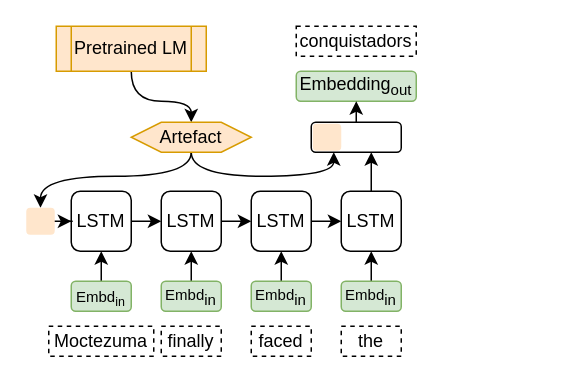
The draw.io diagram meta/model_moctezuma.drawio in zouharvi/sentence-embd-fusion, before the edit. Source tidied: cells renumbered, new cells numbered last; positions are measured from the earlier drawing's top-left corner, leaving out a move shared by most shapes. Both pictures are drawn from the tidied source at 150%, with x=0, y=0 at pixel (26, 26).
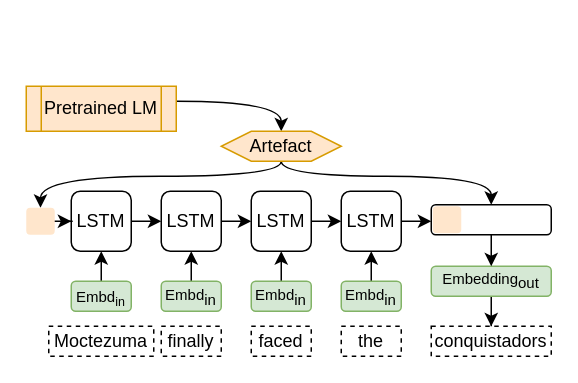
After the change.

Commit message (it also covers changes not shown here):
update figures to new, wider format

Unchanged cells that the change refers to:
```xml
<mxCell id="9" value="&lt;span&gt;LSTM&lt;/span&gt;" style="rounded=1;whiteSpace=wrap;html=1;" parent="1" vertex="1">
  <mxGeometry x="210" y="110" width="40" height="40" as="geometry" />
</mxCell>
<mxCell id="31" style="rounded=1;whiteSpace=wrap;html=1;fillColor=#ffe6cc;strokeColor=none;glass=0;shadow=0;sketch=0;" parent="1" vertex="1">
  <mxGeometry y="121" width="19" height="18" as="geometry" />
</mxCell>
```

Diff of the diagram source:
```diff
@@
-    <mxCell id="8" style="edgeStyle=orthogonalEdgeStyle;curved=1;rounded=0;jettySize=auto;html=1;entryX=0.667;entryY=1;entryDx=0;entryDy=0;entryPerimeter=0;" parent="1" edge="1" source="9" target="33">
-      <mxGeometry relative="1" as="geometry" />
+    <mxCell id="8" style="edgeStyle=orthogonalEdgeStyle;curved=1;rounded=0;jettySize=auto;html=1;" parent="1" edge="1" source="9" target="33">
+      <mxGeometry relative="1" as="geometry">
+        <Array as="points">
+          <mxPoint x="260" y="130" />
+          <mxPoint x="260" y="130" />
+        </Array>
+      </mxGeometry>
     </mxCell>
@@
     <mxCell id="14" style="edgeStyle=orthogonalEdgeStyle;rounded=0;jettySize=auto;html=1;curved=1;" parent="1" edge="1" source="15" target="18">
-      <mxGeometry relative="1" as="geometry" />
+      <mxGeometry relative="1" as="geometry">
+        <Array as="points">
+          <mxPoint x="170" y="50" />
+        </Array>
+      </mxGeometry>
     </mxCell>
     <mxCell id="15" value="Pretrained LM" style="shape=process;whiteSpace=wrap;html=1;backgroundOutline=1;fillColor=#ffe6cc;strokeColor=#d79b00;" parent="1" vertex="1">
-      <mxGeometry x="20" width="100" height="30" as="geometry" />
+      <mxGeometry y="40" width="100" height="30" as="geometry" />
     </mxCell>
     <mxCell id="16" style="edgeStyle=orthogonalEdgeStyle;rounded=0;jettySize=auto;html=1;entryX=0.5;entryY=0;entryDx=0;entryDy=0;curved=1;" parent="1" edge="1" source="18" target="31">
       <mxGeometry relative="1" as="geometry">
         <Array as="points">
-          <mxPoint x="110" y="100" />
+          <mxPoint x="170" y="100" />
           <mxPoint x="10" y="100" />
         </Array>
       </mxGeometry>
     </mxCell>
-    <mxCell id="17" style="edgeStyle=orthogonalEdgeStyle;curved=1;rounded=0;jettySize=auto;html=1;entryX=0.25;entryY=1;entryDx=0;entryDy=0;" parent="1" edge="1" source="18" target="33">
+    <mxCell id="17" style="edgeStyle=orthogonalEdgeStyle;curved=1;rounded=0;jettySize=auto;html=1;entryX=0.5;entryY=0;entryDx=0;entryDy=0;" parent="1" edge="1" source="18" target="33">
       <mxGeometry relative="1" as="geometry">
         <Array as="points">
-          <mxPoint x="110" y="100" />
-          <mxPoint x="205" y="100" />
+          <mxPoint x="170" y="100" />
+          <mxPoint x="310" y="100" />
         </Array>
       </mxGeometry>
     </mxCell>
     <mxCell id="18" value="Artefact" style="shape=hexagon;perimeter=hexagonPerimeter2;whiteSpace=wrap;html=1;fixedSize=1;fillColor=#ffe6cc;strokeColor=#d79b00;" parent="1" vertex="1">
-      <mxGeometry x="70" y="64" width="80" height="20" as="geometry" />
+      <mxGeometry x="130" y="70" width="80" height="20" as="geometry" />
     </mxCell>
+    <mxCell id="35" style="edgeStyle=orthogonalEdgeStyle;rounded=0;jettySize=auto;html=1;fontSize=10;" parent="1" edge="1" source="19" target="29">
+      <mxGeometry relative="1" as="geometry" />
+    </mxCell>
-    <mxCell id="19" value="Embedding&lt;sub&gt;out&lt;/sub&gt;" style="rounded=1;whiteSpace=wrap;html=1;fillColor=#d5e8d4;strokeColor=#82b366;" parent="1" vertex="1">
-      <mxGeometry x="180" y="30" width="80" height="20" as="geometry" />
+    <mxCell id="19" value="Embedding&lt;sub style=&quot;font-size: 10px;&quot;&gt;out&lt;/sub&gt;" style="rounded=1;whiteSpace=wrap;html=1;fillColor=#d5e8d4;strokeColor=#82b366;fontSize=10;" parent="1" vertex="1">
+      <mxGeometry x="270" y="160" width="80" height="20" as="geometry" />
     </mxCell>
@@
     <mxCell id="29" value="conquistadors" style="text;html=1;strokeColor=default;fillColor=none;align=center;verticalAlign=middle;whiteSpace=wrap;rounded=0;dashed=1;" parent="1" vertex="1">
-      <mxGeometry x="180" width="80" height="20" as="geometry" />
+      <mxGeometry x="270" y="200" width="80" height="20" as="geometry" />
     </mxCell>
@@
-    <mxCell id="32" style="group;" parent="1" vertex="1">
-      <mxGeometry x="190" y="64" width="60" height="20" as="geometry" />
-    </mxCell>
-    <mxCell id="33" style="rounded=1;whiteSpace=wrap;html=1;" parent="32" vertex="1">
-      <mxGeometry width="60" height="20" as="geometry" />
+    <mxCell id="33" style="rounded=1;whiteSpace=wrap;html=1;" parent="1" vertex="1">
+      <mxGeometry x="270" y="119" width="80" height="20" as="geometry" />
     </mxCell>
-    <mxCell id="34" style="rounded=1;whiteSpace=wrap;html=1;fillColor=#ffe6cc;strokeColor=none;glass=0;shadow=0;sketch=0;" parent="32" vertex="1">
-      <mxGeometry x="1" y="1" width="19" height="18" as="geometry" />
+    <mxCell id="34" style="rounded=1;whiteSpace=wrap;html=1;fillColor=#ffe6cc;strokeColor=none;glass=0;shadow=0;sketch=0;" parent="1" vertex="1">
+      <mxGeometry x="271" y="120" width="19" height="18" as="geometry" />
     </mxCell>
```
